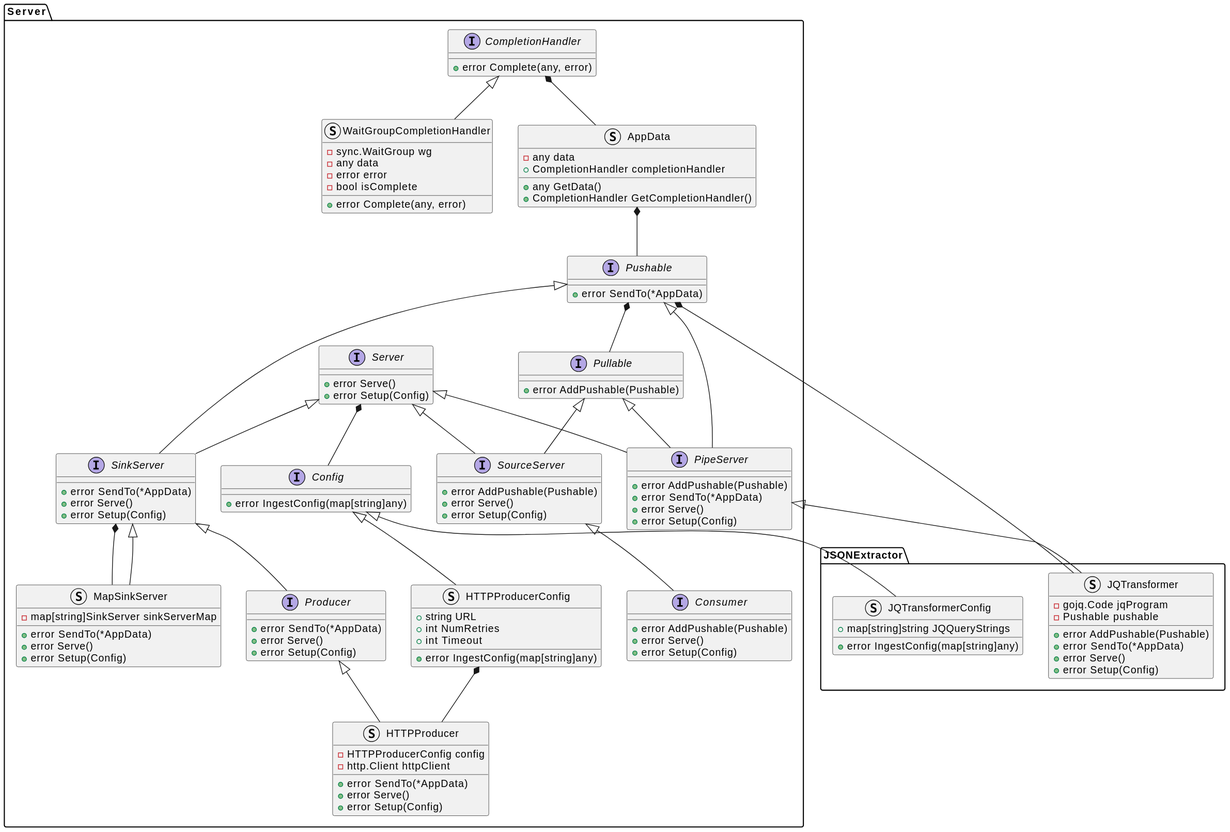
Above: docs/design_notes/DN1_JSON_Extractor/class_diagram.svg in xtuml/otel2pv (PlantUML), before the change.
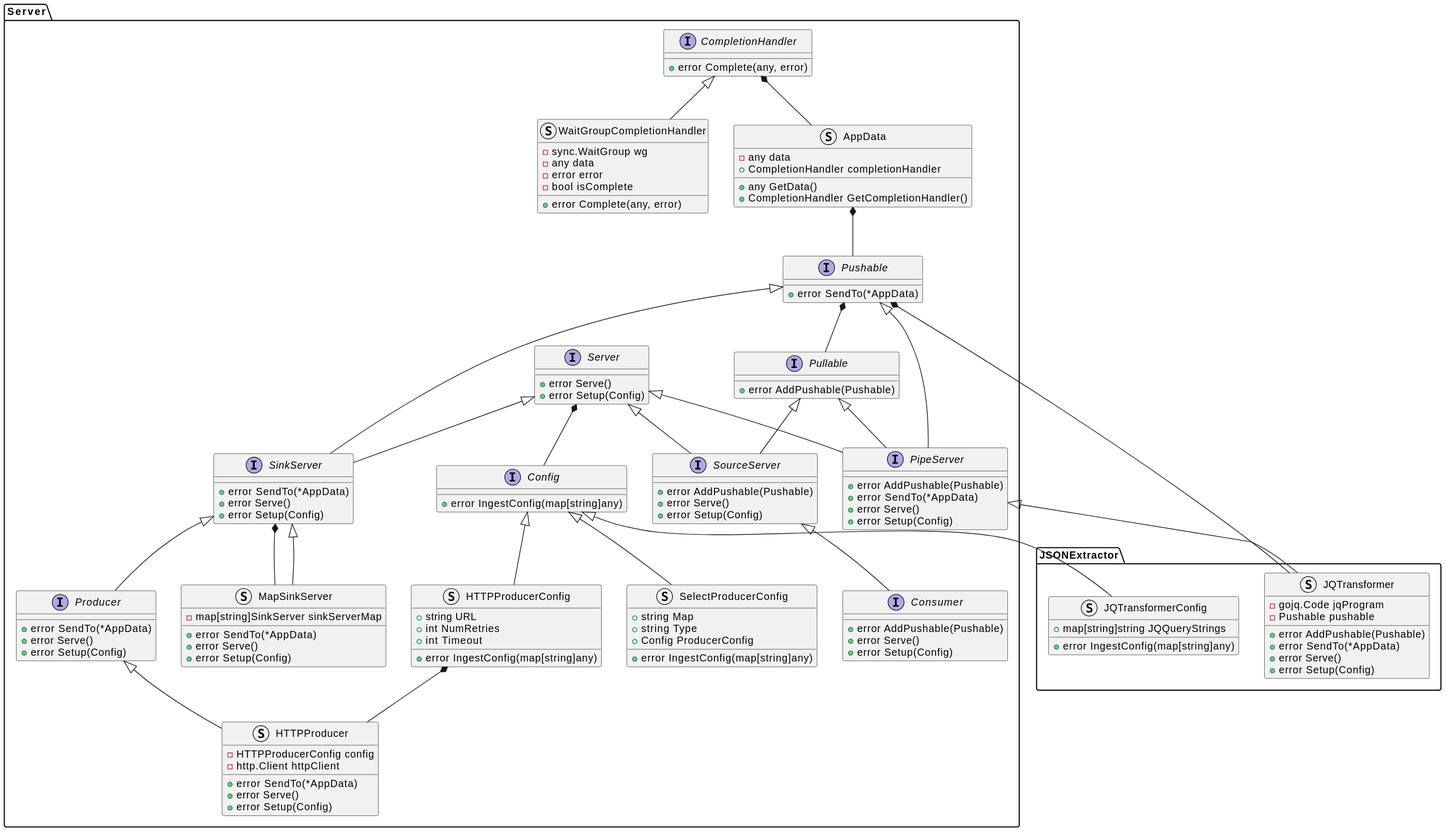
The same diagram one commit later.

Commit message:
Cdsopv 82 create config for select producer config (#41)

What changed in the source:
```diff
@@ -88,6 +88,12 @@
         +int Timeout
         +error IngestConfig(map[string]any)
     }
+    struct SelectProducerConfig {
+        +string Map
+        +string Type
+        +Config ProducerConfig
+        +error IngestConfig(map[string]any)
+    }
 }
 Server.CompletionHandler <|-- Server.WaitGroupCompletionHandler
 Server.CompletionHandler *-- Server.AppData
@@ -113,6 +119,7 @@
 Server.Server *-- Server.Config
 Server.Config <|-- JSONExtractor.JQTransformerConfig
 Server.Config <|-- Server.HTTPProducerConfig
+Server.Config <|-- Server.SelectProducerConfig
 Server.Producer <|-- Server.HTTPProducer
 Server.HTTPProducerConfig *-- Server.HTTPProducer
 @enduml
```
